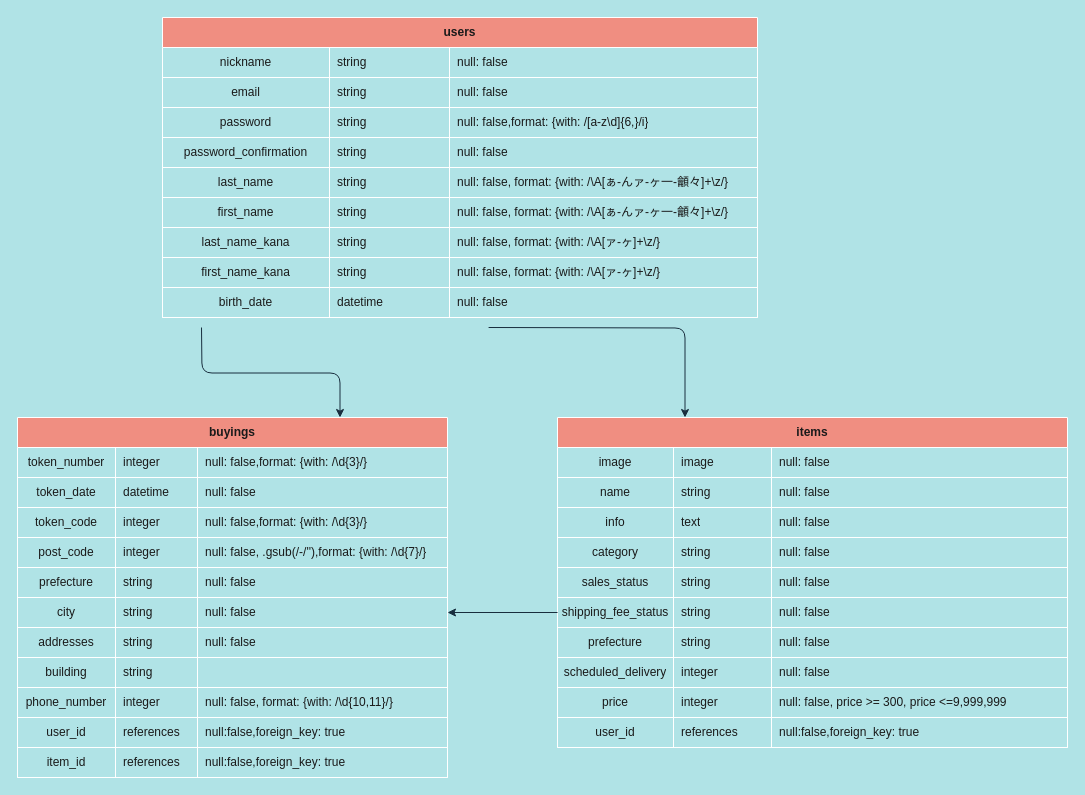
This is er.dio from programmingnuoh/furima-33367, a draw.io file, before an edit. Source tidied: cells renumbered, new cells numbered last; positions are measured from the earlier drawing's top-left corner, leaving out a move shared by most shapes. Both pictures are drawn from the tidied source at 100%, with x=0, y=0 at pixel (17, 17).
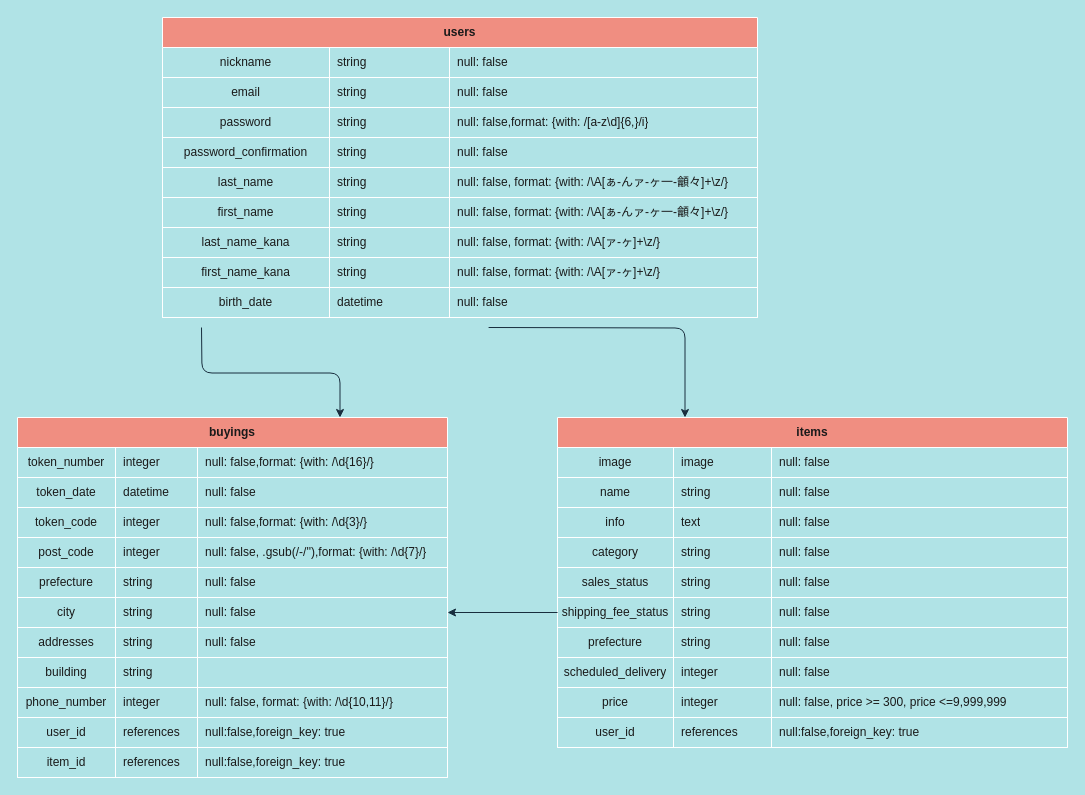
The same page after the edit.

Unchanged cells that the change refers to:
```xml
<mxCell id="83" style="shape=partialRectangle;html=1;whiteSpace=wrap;fillColor=none;top=0;left=0;bottom=1;right=0;strokeColor=#FFFFFF;fontColor=#1A1A1A;" parent="82" vertex="1">
  <mxGeometry y="30" width="430" height="30" as="geometry" />
</mxCell>
```

Change to the diagram source:
```diff
@@
-    <mxCell id="86" value="&lt;span&gt;null: false,format: {with: /\d{3}/}&lt;/span&gt;" style="shape=partialRectangle;html=1;whiteSpace=wrap;fillColor=none;top=0;left=0;bottom=0;right=0;align=left;spacingLeft=6;overflow=hidden;strokeColor=#FFFFFF;fontColor=#1A1A1A;" parent="83" vertex="1">
+    <mxCell id="86" value="&lt;span&gt;null: false,format: {with: /\d{16}/}&lt;/span&gt;" style="shape=partialRectangle;html=1;whiteSpace=wrap;fillColor=none;top=0;left=0;bottom=0;right=0;align=left;spacingLeft=6;overflow=hidden;strokeColor=#FFFFFF;fontColor=#1A1A1A;" parent="83" vertex="1">
       <mxGeometry x="180" width="250" height="30" as="geometry" />
     </mxCell>
```
